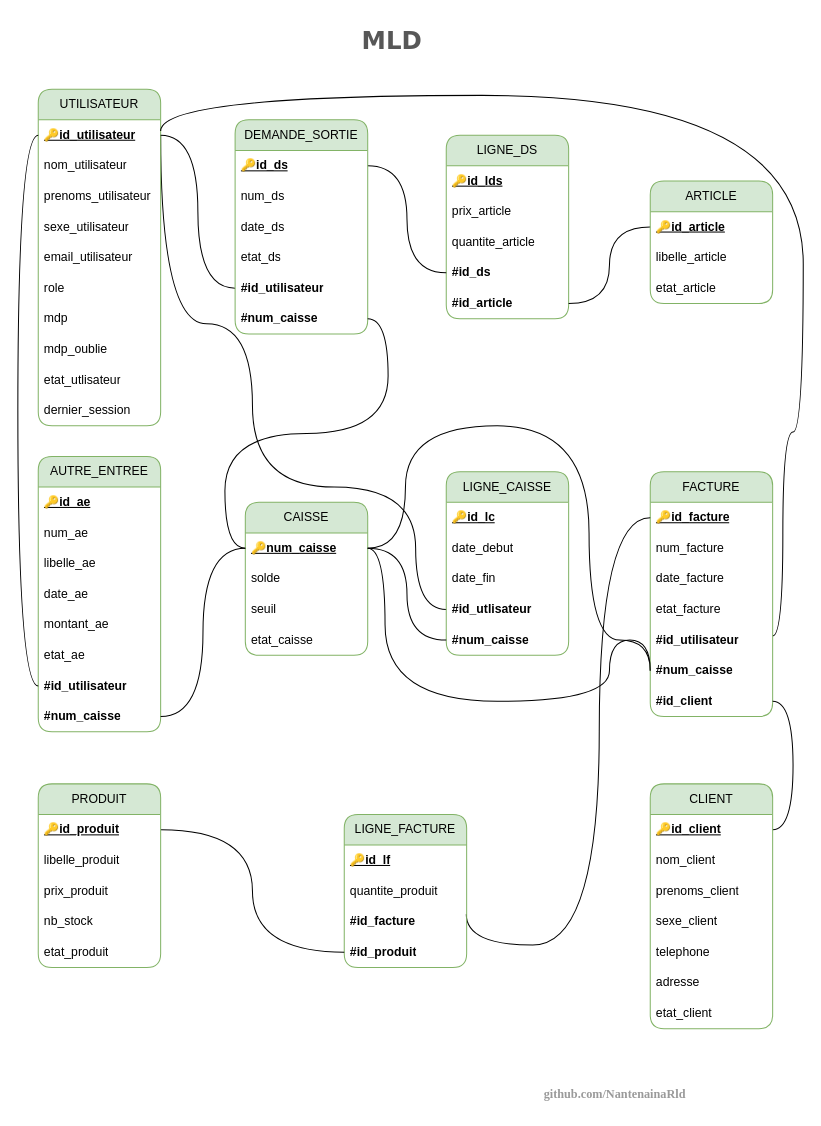
Above: page "Page-2" (3 of 5) of documents/flux_mcd_mld_mct_mot.drawio in NantenainaRld/www-faktiora-mg (draw.io), before the change. Source tidied: cells renumbered, new cells numbered last; positions are measured from the earlier drawing's top-left corner, leaving out a move shared by most shapes. Both pictures are drawn from the tidied source at 102%, with x=0, y=0 at pixel (38, 17).
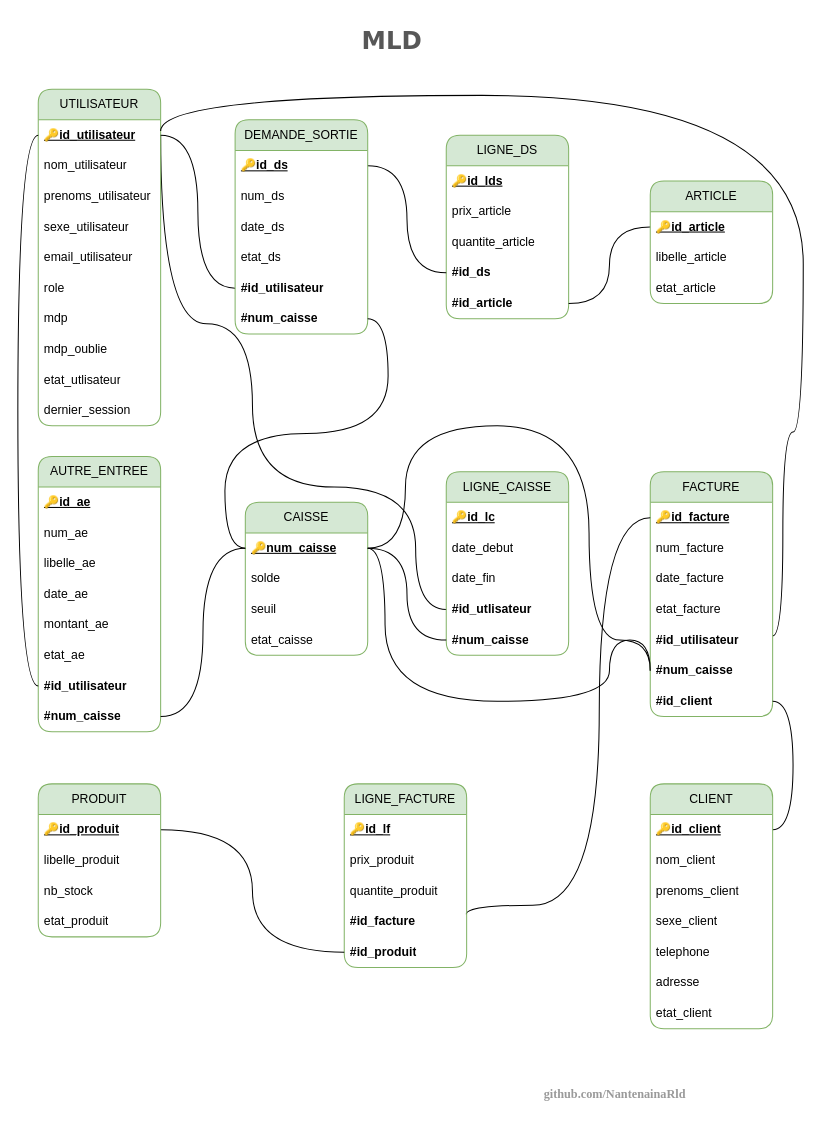
The same page after the edit.

The change refers to these unchanged cells:
```xml
<mxCell id="44" value="&lt;b&gt;&lt;u&gt;🔑id_facture&lt;/u&gt;&lt;/b&gt;" style="text;strokeColor=none;fillColor=none;align=left;verticalAlign=middle;spacingLeft=4;spacingRight=4;overflow=hidden;points=[[0,0.5],[1,0.5]];portConstraint=eastwest;whiteSpace=wrap;html=1;rounded=1;" parent="43" vertex="1">
  <mxGeometry y="30" width="120" height="30" as="geometry" />
</mxCell>
```

The edit, as a diff of the source:
```diff
@@
     <mxCell id="60" style="edgeStyle=orthogonalEdgeStyle;curved=1;rounded=0;jettySize=auto;html=1;entryX=0;entryY=0.5;entryDx=0;entryDy=0;fontSize=12;startSize=8;endSize=8;endArrow=none;endFill=0;exitX=0.997;exitY=0.262;exitDx=0;exitDy=0;exitPerimeter=0;" parent="1" edge="1" source="64" target="44">
       <mxGeometry relative="1" as="geometry">
         <Array as="points">
-          <mxPoint x="550" y="909" />
+          <mxPoint x="420" y="870" />
+          <mxPoint x="550" y="870" />
           <mxPoint x="550" y="490" />
         </Array>
       </mxGeometry>
     </mxCell>
     <mxCell id="61" value="LIGNE_FACTURE" style="swimlane;fontStyle=0;horizontal=1;startSize=30;whiteSpace=wrap;html=1;swimlaneFillColor=none;fillColor=#d5e8d4;strokeColor=#82b366;rounded=1;" parent="1" vertex="1">
-      <mxGeometry x="300" y="781" width="120" height="150" as="geometry" />
+      <mxGeometry x="300" y="751" width="120" height="180" as="geometry" />
     </mxCell>
@@
+    <mxCell id="70" value="prix_produit" style="text;strokeColor=none;fillColor=none;align=left;verticalAlign=middle;spacingLeft=4;spacingRight=4;overflow=hidden;whiteSpace=wrap;html=1;rounded=1;" parent="61" vertex="1">
+      <mxGeometry y="60" width="120" height="30" as="geometry" />
+    </mxCell>
     <mxCell id="63" value="quantite_produit" style="text;strokeColor=none;fillColor=none;align=left;verticalAlign=middle;spacingLeft=4;spacingRight=4;overflow=hidden;whiteSpace=wrap;html=1;rounded=1;" parent="61" vertex="1">
-      <mxGeometry y="60" width="120" height="30" as="geometry" />
+      <mxGeometry y="90" width="120" height="30" as="geometry" />
     </mxCell>
     <mxCell id="64" value="&lt;b&gt;#id_facture&lt;/b&gt;" style="text;strokeColor=none;fillColor=none;align=left;verticalAlign=middle;spacingLeft=4;spacingRight=4;overflow=hidden;points=[[0,0.5],[1,0.5]];portConstraint=eastwest;whiteSpace=wrap;html=1;rounded=1;" parent="61" vertex="1">
-      <mxGeometry y="90" width="120" height="30" as="geometry" />
+      <mxGeometry y="120" width="120" height="30" as="geometry" />
     </mxCell>
     <mxCell id="65" value="&lt;b&gt;#id_produit&lt;/b&gt;" style="text;strokeColor=none;fillColor=none;align=left;verticalAlign=middle;spacingLeft=4;spacingRight=4;overflow=hidden;points=[[0,0.5],[1,0.5]];portConstraint=eastwest;whiteSpace=wrap;html=1;rounded=1;" parent="61" vertex="1">
-      <mxGeometry y="120" width="120" height="30" as="geometry" />
+      <mxGeometry y="150" width="120" height="30" as="geometry" />
     </mxCell>
@@
     <mxCell id="67" value="PRODUIT" style="swimlane;fontStyle=0;horizontal=1;startSize=30;whiteSpace=wrap;html=1;swimlaneFillColor=none;fillColor=#d5e8d4;strokeColor=#82b366;rounded=1;" parent="1" vertex="1">
-      <mxGeometry y="751" width="120" height="180" as="geometry" />
+      <mxGeometry y="751" width="120" height="150" as="geometry" />
     </mxCell>
@@
-    <mxCell id="70" value="prix_produit" style="text;strokeColor=none;fillColor=none;align=left;verticalAlign=middle;spacingLeft=4;spacingRight=4;overflow=hidden;whiteSpace=wrap;html=1;rounded=1;" parent="67" vertex="1">
-      <mxGeometry y="90" width="120" height="30" as="geometry" />
-    </mxCell>
     <mxCell id="71" value="nb_stock" style="text;strokeColor=none;fillColor=none;align=left;verticalAlign=middle;spacingLeft=4;spacingRight=4;overflow=hidden;whiteSpace=wrap;html=1;rounded=1;" parent="67" vertex="1">
-      <mxGeometry y="120" width="120" height="30" as="geometry" />
+      <mxGeometry y="90" width="120" height="30" as="geometry" />
     </mxCell>
     <mxCell id="72" value="etat_produit" style="text;strokeColor=none;fillColor=none;align=left;verticalAlign=middle;spacingLeft=4;spacingRight=4;overflow=hidden;whiteSpace=wrap;html=1;rounded=1;" parent="67" vertex="1">
-      <mxGeometry y="150" width="120" height="30" as="geometry" />
+      <mxGeometry y="120" width="120" height="30" as="geometry" />
     </mxCell>
```
